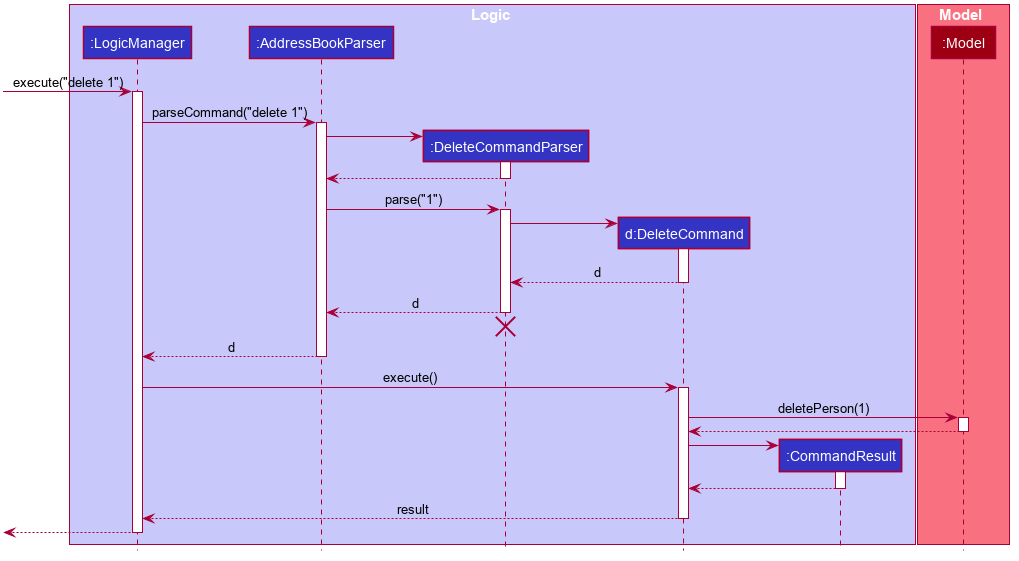
Before: docs/images/DeleteSequenceDiagram.png, a diagram exported from PlantUML (nus-cs2103-AY2021S2/tp).
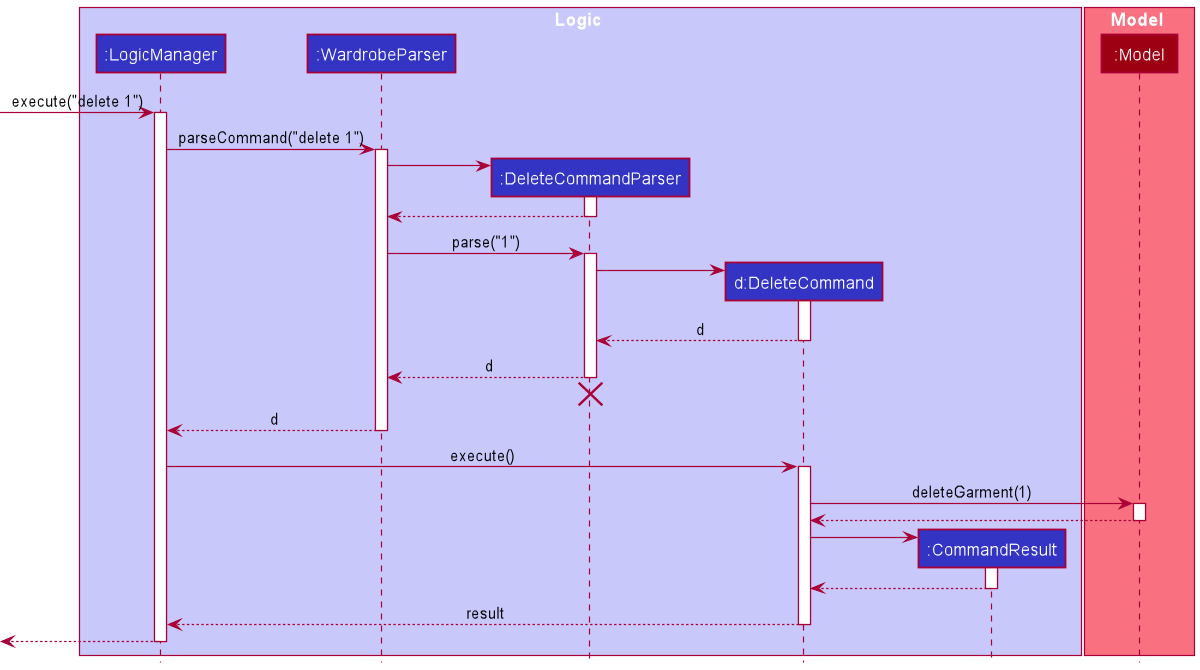
After the commit.

Diff of the diagram source:
```diff
@@ -1,79 +1,32 @@
 @startuml
+!include style.puml
 
-
-
-
-
-
-
-
-skinparam BackgroundColor #FFFFFFF
-
-skinparam Shadowing false
-
-skinparam Class {
-    FontColor #FFFFFF
-    BorderThickness 1
-    BorderColor #FFFFFF
-    StereotypeFontColor #FFFFFF
-    FontName Arial
-}
-
-skinparam Actor {
-    BorderColor #000000
-    Color #000000
-    FontName Arial
-}
-
-skinparam Sequence {
-    MessageAlign center
-    BoxFontSize 15
-    BoxPadding 0
-    BoxFontColor #FFFFFF
-    FontName Arial
-}
-
-skinparam Participant {
-    FontColor #FFFFFFF
-    Padding 20
-}
-
-skinparam MinClassWidth 50
-skinparam ParticipantPadding 10
-skinparam Shadowing false
-skinparam DefaultTextAlignment center
-skinparam packageStyle Rectangle
-
-hide footbox
-hide members
-hide circle
-
-box Logic #C8C8FA
-participant ":LogicManager" as LogicManager #3333C4
-participant ":AddressBookParser" as AddressBookParser #3333C4
-participant ":DeleteCommandParser" as DeleteCommandParser #3333C4
-participant "d:DeleteCommand" as DeleteCommand #3333C4
-participant ":CommandResult" as CommandResult #3333C4
+box Logic LOGIC_COLOR_T1
+participant ":LogicManager" as LogicManager LOGIC_COLOR
+participant ":WardrobeParser" as WardrobeParser LOGIC_COLOR
+participant ":DeleteCommandParser" as DeleteCommandParser LOGIC_COLOR
+participant "d:DeleteCommand" as DeleteCommand LOGIC_COLOR
+participant ":CommandResult" as CommandResult LOGIC_COLOR
 end box
 
-box Model #F97181
-participant ":Model" as Model #9D0012
+box Model MODEL_COLOR_T1
+participant ":Model" as Model MODEL_COLOR
 end box
 
 [-> LogicManager : execute("delete 1")
 activate LogicManager
 
-LogicManager -> AddressBookParser : parseCommand("delete 1")
-activate AddressBookParser
+LogicManager -> WardrobeParser : parseCommand("delete 1")
+activate WardrobeParser
 
 create DeleteCommandParser
-AddressBookParser -> DeleteCommandParser
+WardrobeParser -> DeleteCommandParser
 activate DeleteCommandParser
 
-DeleteCommandParser --> AddressBookParser
+DeleteCommandParser --> WardrobeParser
 deactivate DeleteCommandParser
 
-AddressBookParser -> DeleteCommandParser : parse("1")
+WardrobeParser -> DeleteCommandParser : parse("1")
 activate DeleteCommandParser
 
 create DeleteCommand
@@ -83,18 +36,18 @@
 DeleteCommand --> DeleteCommandParser : d
 deactivate DeleteCommand
 
-DeleteCommandParser --> AddressBookParser : d
+DeleteCommandParser --> WardrobeParser : d
 deactivate DeleteCommandParser
-DeleteCommandParser -[hidden]-> AddressBookParser
+DeleteCommandParser -[hidden]-> WardrobeParser
 destroy DeleteCommandParser
 
-AddressBookParser --> LogicManager : d
-deactivate AddressBookParser
+WardrobeParser --> LogicManager : d
+deactivate WardrobeParser
 
 LogicManager -> DeleteCommand : execute()
 activate DeleteCommand
 
-DeleteCommand -> Model : deletePerson(1)
+DeleteCommand -> Model : deleteGarment(1)
 activate Model
 
 Model --> DeleteCommand
```
